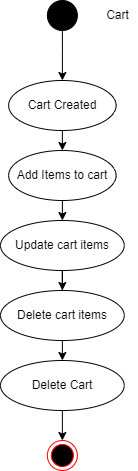
The draw.io diagram State Diagram/Cart.png in mohitleo03/Software-Engineering-Project-Management, before a commit. Source tidied: cells renumbered, new cells last; positions are measured from the earlier drawing's top-left corner, leaving out a move shared by most shapes. The source it was exported from:
```xml
<mxGraphModel>
  <root>
    <mxCell id="0" />
    <mxCell id="1" parent="0" />
    <mxCell id="2" style="ellipse;html=1;shape=endState;fillColor=#000000;strokeColor=#ff0000;" parent="1" vertex="1">
      <mxGeometry x="46.9" y="440" width="30" height="30" as="geometry" />
    </mxCell>
    <mxCell id="3" style="edgeStyle=orthogonalEdgeStyle;rounded=0;jettySize=auto;html=1;exitX=0.5;exitY=1;exitDx=0;exitDy=0;" parent="1" edge="1" source="4" target="6">
      <mxGeometry relative="1" as="geometry" />
    </mxCell>
    <mxCell id="4" style="ellipse;whiteSpace=wrap;html=1;fillColor=#000000;" parent="1" vertex="1">
      <mxGeometry x="46.9" width="30" height="30" as="geometry" />
    </mxCell>
    <mxCell id="5" style="edgeStyle=orthogonalEdgeStyle;rounded=0;jettySize=auto;html=1;exitX=0.5;exitY=1;exitDx=0;exitDy=0;entryX=0.5;entryY=0;entryDx=0;entryDy=0;" parent="1" edge="1" source="6" target="9">
      <mxGeometry relative="1" as="geometry" />
    </mxCell>
    <mxCell id="6" value="Cart Created" style="ellipse;whiteSpace=wrap;html=1;fillColor=#FFFFFF;" parent="1" vertex="1">
      <mxGeometry x="8.1" y="80" width="107.5" height="50" as="geometry" />
    </mxCell>
    <mxCell id="7" value="Cart" style="text;html=1;align=center;verticalAlign=middle;strokeColor=none;fillColor=none;" parent="1" vertex="1">
      <mxGeometry x="96.9" y="5" width="40" height="20" as="geometry" />
    </mxCell>
    <mxCell id="8" style="edgeStyle=orthogonalEdgeStyle;rounded=0;jettySize=auto;html=1;exitX=0.5;exitY=1;exitDx=0;exitDy=0;entryX=0.5;entryY=0;entryDx=0;entryDy=0;" parent="1" edge="1" source="9" target="11">
      <mxGeometry relative="1" as="geometry" />
    </mxCell>
    <mxCell id="9" value="Add Items to cart" style="ellipse;whiteSpace=wrap;html=1;fillColor=#FFFFFF;" parent="1" vertex="1">
      <mxGeometry x="8.1" y="150" width="107.5" height="50" as="geometry" />
    </mxCell>
    <mxCell id="10" style="edgeStyle=orthogonalEdgeStyle;rounded=0;jettySize=auto;html=1;exitX=0.5;exitY=1;exitDx=0;exitDy=0;" parent="1" edge="1" source="11" target="13">
      <mxGeometry relative="1" as="geometry" />
    </mxCell>
    <mxCell id="11" value="Update cart items" style="ellipse;whiteSpace=wrap;html=1;fillColor=#FFFFFF;" parent="1" vertex="1">
      <mxGeometry y="220" width="123.8" height="50" as="geometry" />
    </mxCell>
    <mxCell id="12" style="edgeStyle=orthogonalEdgeStyle;rounded=0;jettySize=auto;html=1;exitX=0.5;exitY=1;exitDx=0;exitDy=0;entryX=0.5;entryY=0;entryDx=0;entryDy=0;" parent="1" edge="1" source="13" target="15">
      <mxGeometry relative="1" as="geometry" />
    </mxCell>
    <mxCell id="13" value="Delete cart items" style="ellipse;whiteSpace=wrap;html=1;fillColor=#FFFFFF;" parent="1" vertex="1">
      <mxGeometry y="290" width="123.8" height="50" as="geometry" />
    </mxCell>
    <mxCell id="14" style="edgeStyle=orthogonalEdgeStyle;rounded=0;jettySize=auto;html=1;exitX=0.5;exitY=1;exitDx=0;exitDy=0;entryX=0.5;entryY=0;entryDx=0;entryDy=0;" parent="1" edge="1" source="15" target="2">
      <mxGeometry relative="1" as="geometry" />
    </mxCell>
    <mxCell id="15" value="Delete Cart" style="ellipse;whiteSpace=wrap;html=1;fillColor=#FFFFFF;" parent="1" vertex="1">
      <mxGeometry y="360" width="123.8" height="50" as="geometry" />
    </mxCell>
  </root>
</mxGraphModel>
```
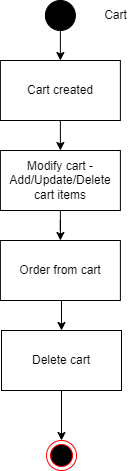
After the change.

Change to the diagram source:
```diff
@@ -3,46 +3,40 @@
     <mxCell id="0" />
     <mxCell id="1" parent="0" />
     <mxCell id="2" style="ellipse;html=1;shape=endState;fillColor=#000000;strokeColor=#ff0000;" parent="1" vertex="1">
-      <mxGeometry x="46.9" y="440" width="30" height="30" as="geometry" />
+      <mxGeometry x="48" y="440" width="30" height="30" as="geometry" />
     </mxCell>
-    <mxCell id="3" style="edgeStyle=orthogonalEdgeStyle;rounded=0;jettySize=auto;html=1;exitX=0.5;exitY=1;exitDx=0;exitDy=0;" parent="1" edge="1" source="4" target="6">
-      <mxGeometry relative="1" as="geometry" />
-    </mxCell>
+    <mxCell id="16" style="edgeStyle=orthogonalEdgeStyle;rounded=0;jettySize=auto;html=1;exitX=0.5;exitY=1;exitDx=0;exitDy=0;entryX=0.5;entryY=0;entryDx=0;entryDy=0;" parent="1" edge="1" source="4" target="18">
+      <mxGeometry relative="1" as="geometry" />
+    </mxCell>
     <mxCell id="4" style="ellipse;whiteSpace=wrap;html=1;fillColor=#000000;" parent="1" vertex="1">
       <mxGeometry x="46.9" width="30" height="30" as="geometry" />
     </mxCell>
-    <mxCell id="5" style="edgeStyle=orthogonalEdgeStyle;rounded=0;jettySize=auto;html=1;exitX=0.5;exitY=1;exitDx=0;exitDy=0;entryX=0.5;entryY=0;entryDx=0;entryDy=0;" parent="1" edge="1" source="6" target="9">
-      <mxGeometry relative="1" as="geometry" />
-    </mxCell>
-    <mxCell id="6" value="Cart Created" style="ellipse;whiteSpace=wrap;html=1;fillColor=#FFFFFF;" parent="1" vertex="1">
-      <mxGeometry x="8.1" y="80" width="107.5" height="50" as="geometry" />
-    </mxCell>
     <mxCell id="7" value="Cart" style="text;html=1;align=center;verticalAlign=middle;strokeColor=none;fillColor=none;" parent="1" vertex="1">
       <mxGeometry x="96.9" y="5" width="40" height="20" as="geometry" />
     </mxCell>
-    <mxCell id="8" style="edgeStyle=orthogonalEdgeStyle;rounded=0;jettySize=auto;html=1;exitX=0.5;exitY=1;exitDx=0;exitDy=0;entryX=0.5;entryY=0;entryDx=0;entryDy=0;" parent="1" edge="1" source="9" target="11">
-      <mxGeometry relative="1" as="geometry" />
-    </mxCell>
-    <mxCell id="9" value="Add Items to cart" style="ellipse;whiteSpace=wrap;html=1;fillColor=#FFFFFF;" parent="1" vertex="1">
-      <mxGeometry x="8.1" y="150" width="107.5" height="50" as="geometry" />
-    </mxCell>
-    <mxCell id="10" style="edgeStyle=orthogonalEdgeStyle;rounded=0;jettySize=auto;html=1;exitX=0.5;exitY=1;exitDx=0;exitDy=0;" parent="1" edge="1" source="11" target="13">
-      <mxGeometry relative="1" as="geometry" />
-    </mxCell>
-    <mxCell id="11" value="Update cart items" style="ellipse;whiteSpace=wrap;html=1;fillColor=#FFFFFF;" parent="1" vertex="1">
-      <mxGeometry y="220" width="123.8" height="50" as="geometry" />
-    </mxCell>
-    <mxCell id="12" style="edgeStyle=orthogonalEdgeStyle;rounded=0;jettySize=auto;html=1;exitX=0.5;exitY=1;exitDx=0;exitDy=0;entryX=0.5;entryY=0;entryDx=0;entryDy=0;" parent="1" edge="1" source="13" target="15">
-      <mxGeometry relative="1" as="geometry" />
-    </mxCell>
-    <mxCell id="13" value="Delete cart items" style="ellipse;whiteSpace=wrap;html=1;fillColor=#FFFFFF;" parent="1" vertex="1">
-      <mxGeometry y="290" width="123.8" height="50" as="geometry" />
-    </mxCell>
-    <mxCell id="14" style="edgeStyle=orthogonalEdgeStyle;rounded=0;jettySize=auto;html=1;exitX=0.5;exitY=1;exitDx=0;exitDy=0;entryX=0.5;entryY=0;entryDx=0;entryDy=0;" parent="1" edge="1" source="15" target="2">
-      <mxGeometry relative="1" as="geometry" />
-    </mxCell>
-    <mxCell id="15" value="Delete Cart" style="ellipse;whiteSpace=wrap;html=1;fillColor=#FFFFFF;" parent="1" vertex="1">
-      <mxGeometry y="360" width="123.8" height="50" as="geometry" />
-    </mxCell>
+    <mxCell id="17" style="edgeStyle=orthogonalEdgeStyle;rounded=0;jettySize=auto;html=1;exitX=0.5;exitY=1;exitDx=0;exitDy=0;entryX=0.5;entryY=0;entryDx=0;entryDy=0;" parent="1" edge="1" source="18" target="20">
+      <mxGeometry relative="1" as="geometry" />
+    </mxCell>
+    <mxCell id="18" value="Cart created" style="rounded=0;whiteSpace=wrap;html=1;" parent="1" vertex="1">
+      <mxGeometry x="1.9" y="60" width="120" height="60" as="geometry" />
+    </mxCell>
+    <mxCell id="19" style="edgeStyle=orthogonalEdgeStyle;rounded=0;jettySize=auto;html=1;exitX=0.5;exitY=1;exitDx=0;exitDy=0;" parent="1" edge="1" source="20" target="22">
+      <mxGeometry relative="1" as="geometry" />
+    </mxCell>
+    <mxCell id="20" value="Modify cart - Add/Update/Delete&lt;br&gt;cart items" style="rounded=0;whiteSpace=wrap;html=1;" parent="1" vertex="1">
+      <mxGeometry x="1.9" y="150" width="120" height="60" as="geometry" />
+    </mxCell>
+    <mxCell id="21" style="edgeStyle=orthogonalEdgeStyle;rounded=0;jettySize=auto;html=1;exitX=0.5;exitY=1;exitDx=0;exitDy=0;entryX=0.5;entryY=0;entryDx=0;entryDy=0;" parent="1" edge="1" source="22" target="24">
+      <mxGeometry relative="1" as="geometry" />
+    </mxCell>
+    <mxCell id="22" value="Order from cart" style="rounded=0;whiteSpace=wrap;html=1;" parent="1" vertex="1">
+      <mxGeometry x="1.9" y="240" width="120" height="60" as="geometry" />
+    </mxCell>
+    <mxCell id="23" style="edgeStyle=orthogonalEdgeStyle;rounded=0;jettySize=auto;html=1;exitX=0.5;exitY=1;exitDx=0;exitDy=0;entryX=0.5;entryY=0;entryDx=0;entryDy=0;" parent="1" edge="1" source="24" target="2">
+      <mxGeometry relative="1" as="geometry" />
+    </mxCell>
+    <mxCell id="24" value="Delete cart" style="whiteSpace=wrap;html=1;" parent="1" vertex="1">
+      <mxGeometry x="3" y="330" width="120" height="60" as="geometry" />
+    </mxCell>
   </root>
 </mxGraphModel>
```
